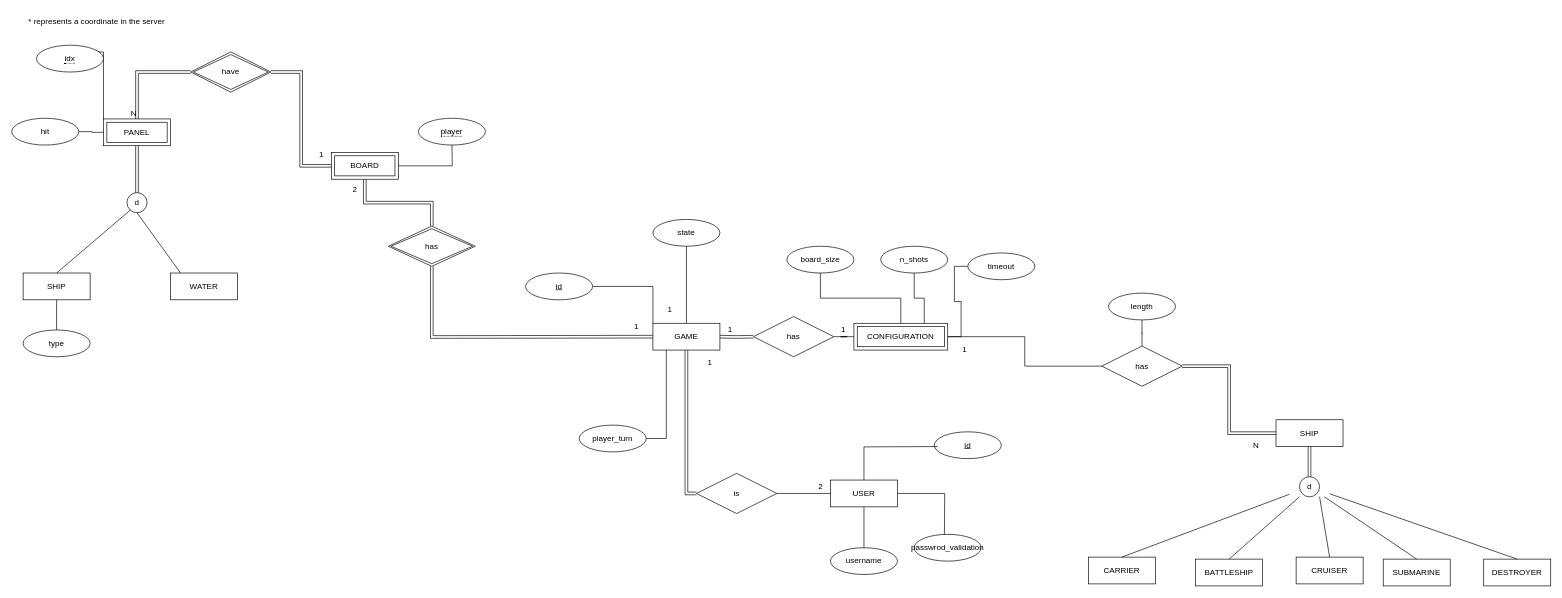
The draw.io diagram code/daw-battleship-game/src/main/sql/ER_diagram.drawio in MiguelRocha2001/ISEL-DAW-Battleships-Game, before the edit. Source tidied: cells renumbered, new cells numbered last; positions are measured from the earlier drawing's top-left corner, leaving out a move shared by most shapes. Both pictures are drawn from the tidied source at 67%, with x=0, y=0 at pixel (11, 11).
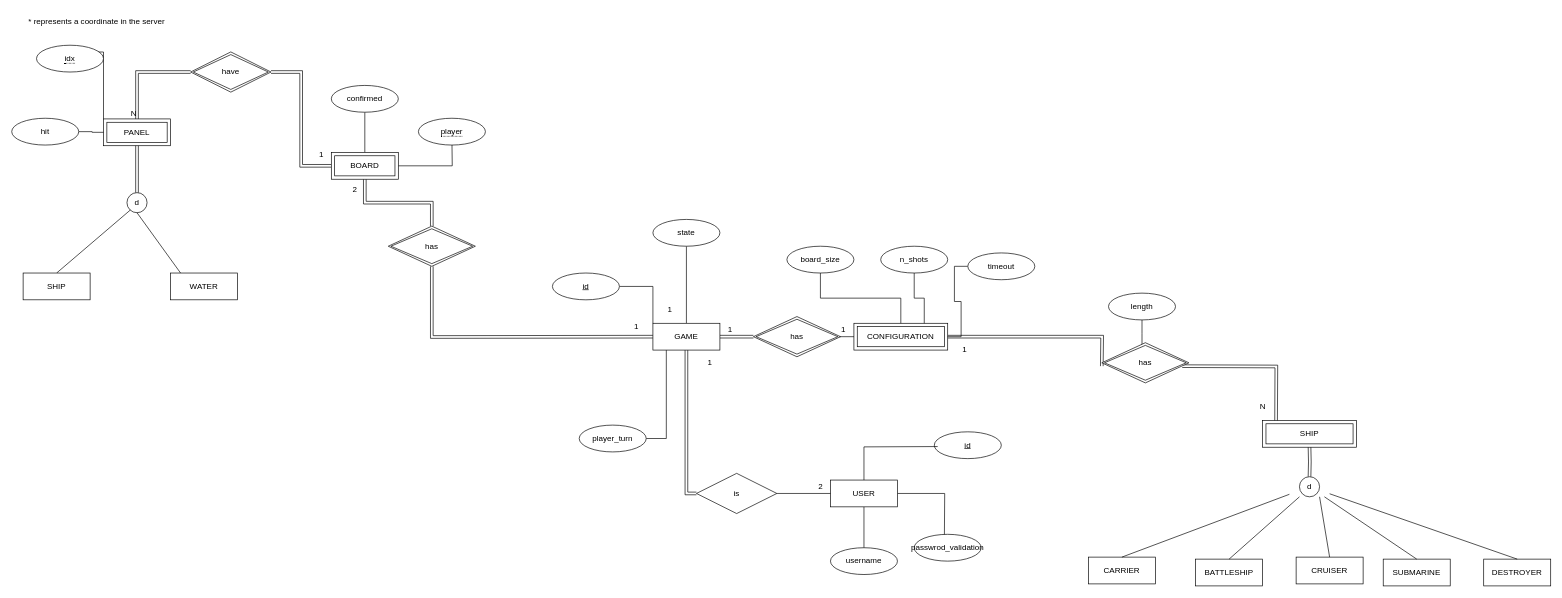
Above is the later version.

Unchanged cells that the change refers to:
```xml
<mxCell id="15" value="CONFIGURATION" style="shape=ext;margin=3;double=1;whiteSpace=wrap;html=1;align=center;" parent="1" vertex="1">
  <mxGeometry x="1257" y="465" width="140" height="40" as="geometry" />
</mxCell>
<mxCell id="24" value="d" style="text;html=1;strokeColor=none;fillColor=none;align=center;verticalAlign=middle;whiteSpace=wrap;rounded=0;" parent="1" vertex="1">
  <mxGeometry x="1907" y="694" width="60" height="30" as="geometry" />
</mxCell>
<mxCell id="40" value="length" style="ellipse;whiteSpace=wrap;html=1;align=center;" parent="1" vertex="1">
  <mxGeometry x="1637" y="420" width="100" height="40" as="geometry" />
</mxCell>
<mxCell id="44" value="BOARD" style="shape=ext;margin=3;double=1;whiteSpace=wrap;html=1;align=center;" parent="1" vertex="1">
  <mxGeometry x="477" y="210" width="100" height="40" as="geometry" />
</mxCell>
<mxCell id="53" value="SHIP" style="whiteSpace=wrap;html=1;align=center;" parent="1" vertex="1">
  <mxGeometry x="17" y="390" width="100" height="40" as="geometry" />
</mxCell>
```

What changed in the source:
```diff
@@
-    <mxCell id="12" style="edgeStyle=orthogonalEdgeStyle;rounded=0;jettySize=auto;html=1;fontColor=#FFFFFF;endArrow=none;endFill=0;shape=link;" parent="1" edge="1" target="65">
+    <mxCell id="12" style="edgeStyle=orthogonalEdgeStyle;rounded=0;orthogonalLoop=1;jettySize=auto;html=1;fontColor=#FFFFFF;endArrow=none;endFill=0;shape=link;" parent="1" edge="1">
       <mxGeometry relative="1" as="geometry">
         <mxPoint x="1057" y="485" as="sourcePoint" />
+        <mxPoint x="1107" y="485" as="targetPoint" />
       </mxGeometry>
     </mxCell>
@@
-    <mxCell id="14" style="edgeStyle=orthogonalEdgeStyle;rounded=0;jettySize=auto;html=1;entryX=0;entryY=0.5;entryDx=0;entryDy=0;endArrow=none;endFill=0;" parent="1" edge="1" source="15" target="36">
-      <mxGeometry relative="1" as="geometry" />
+    <mxCell id="14" style="edgeStyle=orthogonalEdgeStyle;rounded=0;jettySize=auto;html=1;entryX=0;entryY=0.5;entryDx=0;entryDy=0;endArrow=none;endFill=0;shape=link;" parent="1" edge="1" source="15">
+      <mxGeometry relative="1" as="geometry">
+        <mxPoint x="1627" y="529" as="targetPoint" />
+      </mxGeometry>
     </mxCell>
@@
-    <mxCell id="35" style="edgeStyle=orthogonalEdgeStyle;shape=link;rounded=0;jettySize=auto;html=1;entryX=0;entryY=0.5;entryDx=0;entryDy=0;endArrow=none;endFill=0;" parent="1" edge="1" source="36" target="71">
-      <mxGeometry relative="1" as="geometry" />
+    <mxCell id="35" style="edgeStyle=orthogonalEdgeStyle;shape=link;rounded=0;orthogonalLoop=1;jettySize=auto;html=1;entryX=0;entryY=0.5;entryDx=0;entryDy=0;endArrow=none;endFill=0;" parent="1" edge="1">
+      <mxGeometry relative="1" as="geometry">
+        <mxPoint x="1747" y="529" as="sourcePoint" />
+        <mxPoint x="1887" y="629" as="targetPoint" />
+      </mxGeometry>
     </mxCell>
-    <mxCell id="36" value="has" style="shape=rhombus;perimeter=rhombusPerimeter;whiteSpace=wrap;html=1;align=center;" parent="1" vertex="1">
-      <mxGeometry x="1627" y="499" width="120" height="60" as="geometry" />
-    </mxCell>
@@
     <mxCell id="38" value="N" style="text;html=1;align=center;verticalAlign=middle;strokeColor=none;fillColor=none;" parent="1" vertex="1">
-      <mxGeometry x="1847" y="637" width="20" height="20" as="geometry" />
+      <mxGeometry x="1857" y="580" width="20" height="20" as="geometry" />
     </mxCell>
-    <mxCell id="39" style="edgeStyle=orthogonalEdgeStyle;rounded=0;jettySize=auto;html=1;endArrow=none;endFill=0;" parent="1" edge="1" source="40" target="36">
-      <mxGeometry relative="1" as="geometry" />
+    <mxCell id="39" style="edgeStyle=orthogonalEdgeStyle;rounded=0;jettySize=auto;html=1;endArrow=none;endFill=0;" parent="1" edge="1" source="40">
+      <mxGeometry relative="1" as="geometry">
+        <mxPoint x="1687" y="499" as="targetPoint" />
+      </mxGeometry>
     </mxCell>
@@
+    <mxCell id="83" style="edgeStyle=orthogonalEdgeStyle;rounded=0;jettySize=auto;html=1;endArrow=none;endFill=0;" parent="1" edge="1" source="44" target="85">
+      <mxGeometry relative="1" as="geometry" />
+    </mxCell>
@@
-    <mxCell id="52" style="edgeStyle=orthogonalEdgeStyle;rounded=0;jettySize=auto;html=1;endArrow=none;endFill=0;" parent="1" edge="1" source="53" target="82">
-      <mxGeometry relative="1" as="geometry" />
-    </mxCell>
@@
-    <mxCell id="64" style="edgeStyle=orthogonalEdgeStyle;rounded=0;jettySize=auto;html=1;entryX=0;entryY=0.5;entryDx=0;entryDy=0;fontColor=#FFFFFF;endArrow=none;endFill=0;" parent="1" edge="1" source="65" target="15">
-      <mxGeometry relative="1" as="geometry" />
+    <mxCell id="64" style="edgeStyle=orthogonalEdgeStyle;rounded=0;jettySize=auto;html=1;entryX=0;entryY=0.5;entryDx=0;entryDy=0;fontColor=#FFFFFF;endArrow=none;endFill=0;" parent="1" edge="1" target="15">
+      <mxGeometry relative="1" as="geometry">
+        <mxPoint x="1227" y="485" as="sourcePoint" />
+      </mxGeometry>
     </mxCell>
-    <mxCell id="65" value="has" style="shape=rhombus;perimeter=rhombusPerimeter;whiteSpace=wrap;html=1;align=center;" parent="1" vertex="1">
-      <mxGeometry x="1107" y="455" width="120" height="60" as="geometry" />
-    </mxCell>
@@
-    <mxCell id="70" style="edgeStyle=orthogonalEdgeStyle;rounded=0;jettySize=auto;html=1;endArrow=none;endFill=0;shape=link;" parent="1" edge="1" source="71" target="24">
-      <mxGeometry relative="1" as="geometry" />
+    <mxCell id="70" style="edgeStyle=orthogonalEdgeStyle;rounded=0;jettySize=auto;html=1;endArrow=none;endFill=0;shape=link;" parent="1" edge="1" target="24">
+      <mxGeometry relative="1" as="geometry">
+        <mxPoint x="1937" y="649" as="sourcePoint" />
+      </mxGeometry>
     </mxCell>
-    <mxCell id="71" value="SHIP" style="whiteSpace=wrap;html=1;align=center;" parent="1" vertex="1">
-      <mxGeometry x="1887" y="609" width="100" height="40" as="geometry" />
-    </mxCell>
@@
     <mxCell id="76" value="id" style="ellipse;whiteSpace=wrap;html=1;align=center;fontStyle=4;" parent="1" vertex="1">
-      <mxGeometry x="767" y="390" width="100" height="40" as="geometry" />
+      <mxGeometry x="807" y="390" width="100" height="40" as="geometry" />
     </mxCell>
@@
-    <mxCell id="82" value="type" style="ellipse;whiteSpace=wrap;html=1;align=center;" parent="1" vertex="1">
-      <mxGeometry x="17" y="475" width="100" height="40" as="geometry" />
+    <mxCell id="82" value="has" style="shape=rhombus;double=1;perimeter=rhombusPerimeter;whiteSpace=wrap;html=1;align=center;" parent="1" vertex="1">
+      <mxGeometry x="1107" y="455" width="130" height="60" as="geometry" />
     </mxCell>
+    <mxCell id="52" value="SHIP" style="shape=ext;margin=3;double=1;whiteSpace=wrap;html=1;align=center;" parent="1" vertex="1">
+      <mxGeometry x="1867" y="610" width="140" height="40" as="geometry" />
+    </mxCell>
+    <mxCell id="84" value="has" style="shape=rhombus;double=1;perimeter=rhombusPerimeter;whiteSpace=wrap;html=1;align=center;" parent="1" vertex="1">
+      <mxGeometry x="1627" y="494" width="130" height="60" as="geometry" />
+    </mxCell>
+    <mxCell id="85" value="confirmed" style="ellipse;whiteSpace=wrap;html=1;align=center;" parent="1" vertex="1">
+      <mxGeometry x="477" y="110" width="100" height="40" as="geometry" />
+    </mxCell>
```
